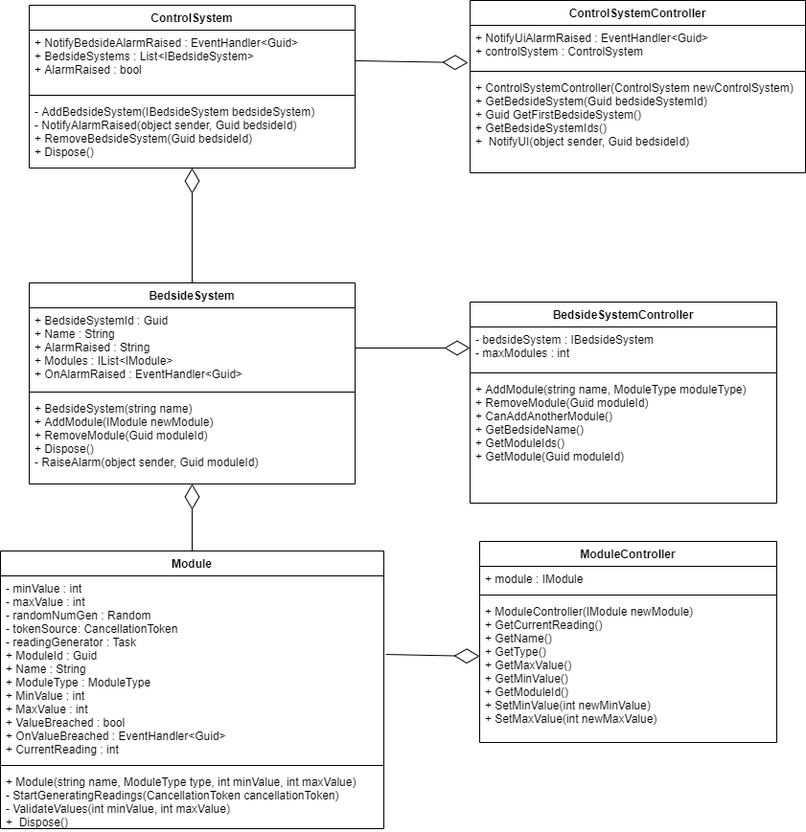
Above: Diagrams/PatientMonitoringSystem_ClassDiagram.draw.io.png in harrytpstudent/PatientMonitoringSystemCoursework (draw.io), before the change. Source tidied: cells renumbered, new cells last; positions are measured from the earlier drawing's top-left corner, leaving out a move shared by most shapes.
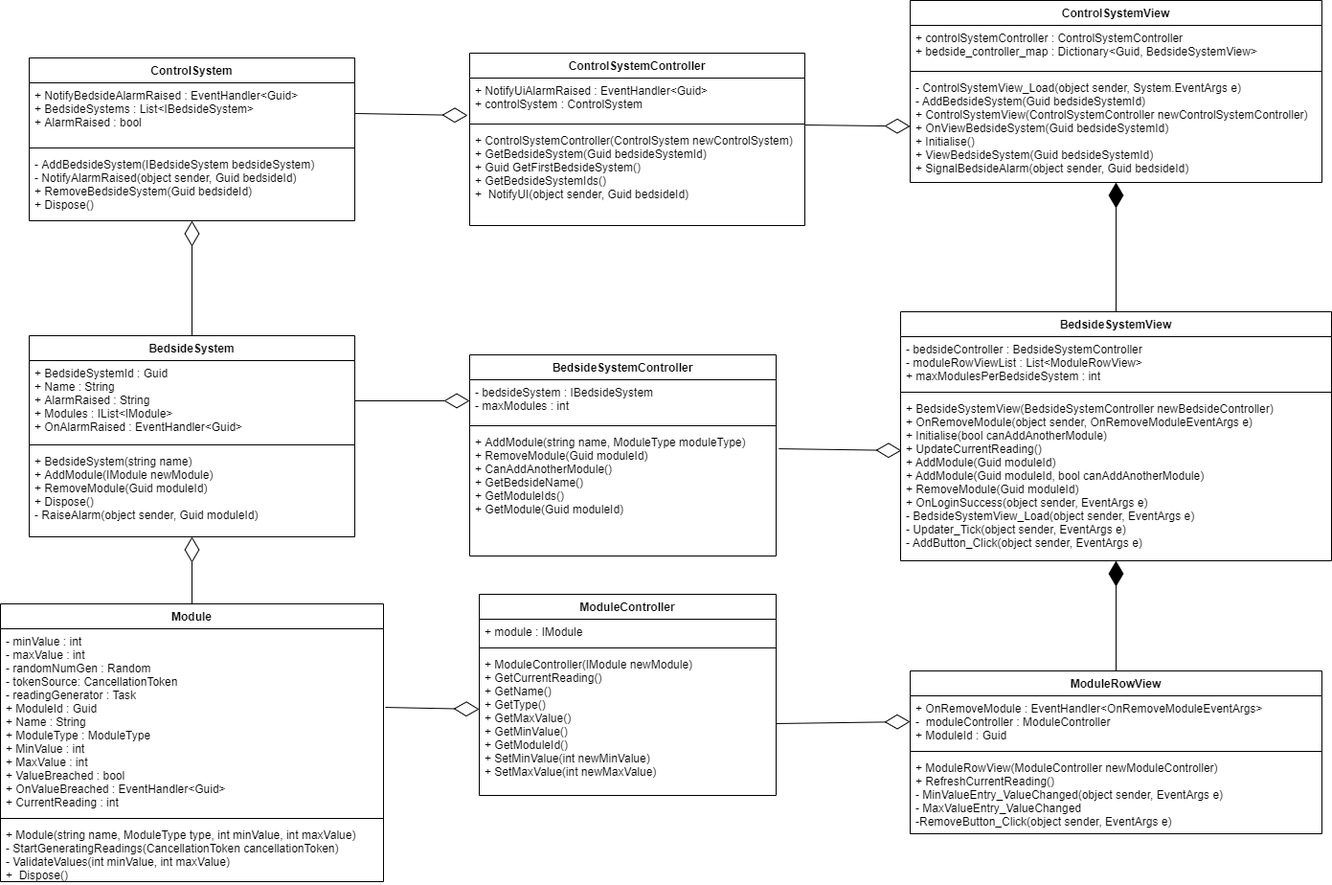
After the change.

Commit message:
Include views on class diagram

Diff of the diagram source:
```diff
@@ -89,5 +89,58 @@
     <mxCell id="30" value="+ ModuleController(IModule newModule)&#10;+ GetCurrentReading()&#10;+ GetName()&#10;+ GetType()&#10;+ GetMaxValue()&#10;+ GetMinValue()&#10;+ GetModuleId()&#10;+ SetMinValue(int newMinValue)&#10;+ SetMaxValue(int newMaxValue)" style="text;strokeColor=none;fillColor=none;align=left;verticalAlign=top;spacingLeft=4;spacingRight=4;overflow=hidden;points=[[0,0.5],[1,0.5]];portConstraint=eastwest;" parent="27" vertex="1">
       <mxGeometry y="60" width="310" height="150" as="geometry" />
     </mxCell>
+    <mxCell id="31" style="endArrow=diamondThin;endFill=0;endSize=24;html=1;exitX=1.005;exitY=0.423;exitDx=0;exitDy=0;exitPerimeter=0;" parent="1" edge="1" target="35">
+      <mxGeometry relative="1" as="geometry">
+        <mxPoint x="840" y="75" as="sourcePoint" />
+      </mxGeometry>
+    </mxCell>
+    <mxCell id="32" value="ControlSystemView" style="swimlane;fontStyle=1;align=center;verticalAlign=top;horizontal=1;startSize=26;" parent="1" vertex="1">
+      <mxGeometry x="950" y="-55" width="430" height="190" as="geometry" />
+    </mxCell>
+    <mxCell id="33" value="+ controlSystemController : ControlSystemController&#10;+ bedside_controller_map : Dictionary&lt;Guid, BedsideSystemView&gt;" style="text;strokeColor=none;fillColor=none;align=left;verticalAlign=top;spacingLeft=4;spacingRight=4;overflow=hidden;" parent="32" vertex="1">
+      <mxGeometry y="26" width="430" height="44" as="geometry" />
+    </mxCell>
+    <mxCell id="34" style="line;strokeWidth=1;fillColor=none;align=left;verticalAlign=middle;spacingTop=-1;spacingLeft=3;spacingRight=3;labelPosition=right;" parent="32" vertex="1">
+      <mxGeometry y="70" width="430" height="8" as="geometry" />
+    </mxCell>
+    <mxCell id="35" value="- ControlSystemView_Load(object sender, System.EventArgs e)&#10;- AddBedsideSystem(Guid bedsideSystemId)&#10;+ ControlSystemView(ControlSystemController newControlSystemController)&#10;+ OnViewBedsideSystem(Guid bedsideSystemId)&#10;+ Initialise()&#10;+ ViewBedsideSystem(Guid bedsideSystemId)&#10;+ SignalBedsideAlarm(object sender, Guid bedsideId)&#10;" style="text;strokeColor=none;fillColor=none;align=left;verticalAlign=top;spacingLeft=4;spacingRight=4;overflow=hidden;points=[[0,0.5],[1,0.5]];portConstraint=eastwest;" parent="32" vertex="1">
+      <mxGeometry y="78" width="430" height="112" as="geometry" />
+    </mxCell>
+    <mxCell id="36" style="endArrow=diamondThin;endFill=0;endSize=24;html=1;entryX=0.002;entryY=0.331;entryDx=0;entryDy=0;entryPerimeter=0;exitX=1.009;exitY=0.152;exitDx=0;exitDy=0;exitPerimeter=0;" parent="1" edge="1" source="20" target="42">
+      <mxGeometry relative="1" as="geometry" />
+    </mxCell>
+    <mxCell id="37" style="endArrow=diamondThin;endFill=0;endSize=24;html=1;exitX=1;exitY=0.5;exitDx=0;exitDy=0;entryX=0;entryY=0.5;entryDx=0;entryDy=0;" parent="1" edge="1" source="30" target="44">
+      <mxGeometry relative="1" as="geometry" />
+    </mxCell>
+    <mxCell id="38" style="endArrow=diamondThin;endFill=1;endSize=24;html=1;exitX=0.5;exitY=0;exitDx=0;exitDy=0;" parent="1" edge="1" source="39" target="35">
+      <mxGeometry relative="1" as="geometry" />
+    </mxCell>
+    <mxCell id="39" value="BedsideSystemView" style="swimlane;fontStyle=1;align=center;verticalAlign=top;horizontal=1;startSize=26;" parent="1" vertex="1">
+      <mxGeometry x="940" y="270" width="450" height="260" as="geometry" />
+    </mxCell>
+    <mxCell id="40" value="- bedsideController : BedsideSystemController&#10;- moduleRowViewList : List&lt;ModuleRowView&gt;&#10;+ maxModulesPerBedsideSystem : int" style="text;strokeColor=none;fillColor=none;align=left;verticalAlign=top;spacingLeft=4;spacingRight=4;overflow=hidden;" parent="39" vertex="1">
+      <mxGeometry y="26" width="450" height="54" as="geometry" />
+    </mxCell>
+    <mxCell id="41" style="line;strokeWidth=1;fillColor=none;align=left;verticalAlign=middle;spacingTop=-1;spacingLeft=3;spacingRight=3;labelPosition=right;" parent="39" vertex="1">
+      <mxGeometry y="80" width="450" height="8" as="geometry" />
+    </mxCell>
+    <mxCell id="42" value="+ BedsideSystemView(BedsideSystemController newBedsideController)&#10;+ OnRemoveModule(object sender, OnRemoveModuleEventArgs e)&#10;+ Initialise(bool canAddAnotherModule)&#10;+ UpdateCurrentReading()&#10;+ AddModule(Guid moduleId)&#10;+ AddModule(Guid moduleId, bool canAddAnotherModule)&#10;+ RemoveModule(Guid moduleId)&#10;+ OnLoginSuccess(object sender, EventArgs e) &#10;- BedsideSystemView_Load(object sender, EventArgs e)&#10;- Updater_Tick(object sender, EventArgs e)&#10;- AddButton_Click(object sender, EventArgs e)&#10;" style="text;strokeColor=none;fillColor=none;align=left;verticalAlign=top;spacingLeft=4;spacingRight=4;overflow=hidden;points=[[0,0.5],[1,0.5]];portConstraint=eastwest;" parent="39" vertex="1">
+      <mxGeometry y="88" width="450" height="172" as="geometry" />
+    </mxCell>
+    <mxCell id="43" value="ModuleRowView" style="swimlane;fontStyle=1;align=center;verticalAlign=top;horizontal=1;startSize=26;" parent="1" vertex="1">
+      <mxGeometry x="950" y="645" width="430" height="170" as="geometry" />
+    </mxCell>
+    <mxCell id="44" value="+ OnRemoveModule : EventHandler&lt;OnRemoveModuleEventArgs&gt;&#10;-  moduleController : ModuleController&#10;+ ModuleId : Guid" style="text;strokeColor=none;fillColor=none;align=left;verticalAlign=top;spacingLeft=4;spacingRight=4;overflow=hidden;points=[[0,0.5],[1,0.5]];portConstraint=eastwest;" parent="43" vertex="1">
+      <mxGeometry y="26" width="430" height="54" as="geometry" />
+    </mxCell>
+    <mxCell id="45" style="line;strokeWidth=1;fillColor=none;align=left;verticalAlign=middle;spacingTop=-1;spacingLeft=3;spacingRight=3;labelPosition=right;" parent="43" vertex="1">
+      <mxGeometry y="80" width="430" height="8" as="geometry" />
+    </mxCell>
+    <mxCell id="46" value="+ ModuleRowView(ModuleController newModuleController)&#10;+ RefreshCurrentReading()&#10;- MinValueEntry_ValueChanged(object sender, EventArgs e)&#10;- MaxValueEntry_ValueChanged&#10;-RemoveButton_Click(object sender, EventArgs e)" style="text;strokeColor=none;fillColor=none;align=left;verticalAlign=top;spacingLeft=4;spacingRight=4;overflow=hidden;" parent="43" vertex="1">
+      <mxGeometry y="88" width="430" height="82" as="geometry" />
+    </mxCell>
+    <mxCell id="47" style="endArrow=diamondThin;endFill=1;endSize=24;html=1;exitX=0.5;exitY=0;exitDx=0;exitDy=0;" parent="1" edge="1" source="43" target="42">
+      <mxGeometry relative="1" as="geometry" />
+    </mxCell>
   </root>
 </mxGraphModel>
```
